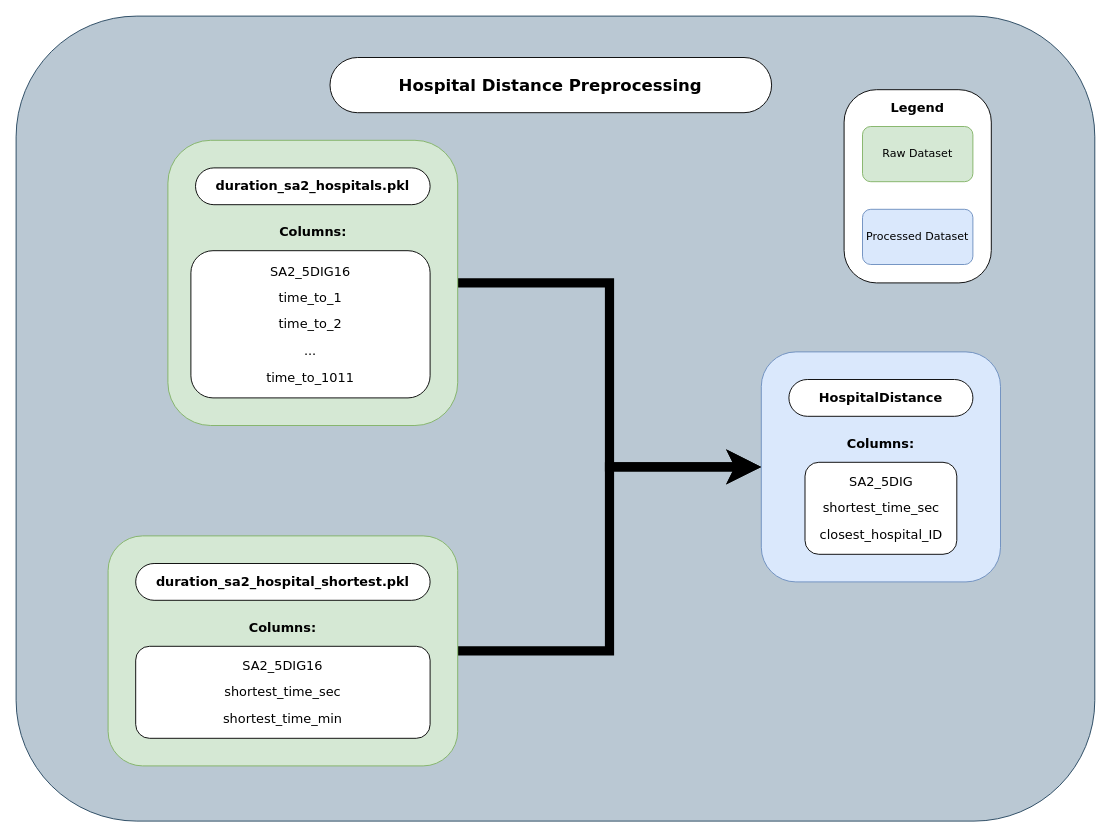
Earlier version of the draw.io diagram page "Distance" (3 of 8) of data/drawio_overview.drawio (NielsvBeuningen/knowledge-engineering). Source tidied: cells renumbered, new cells numbered last; positions are measured from the earlier drawing's top-left corner, leaving out a move shared by most shapes. Both pictures are drawn from the tidied source at 92%, with x=0, y=0 at pixel (16, 16).
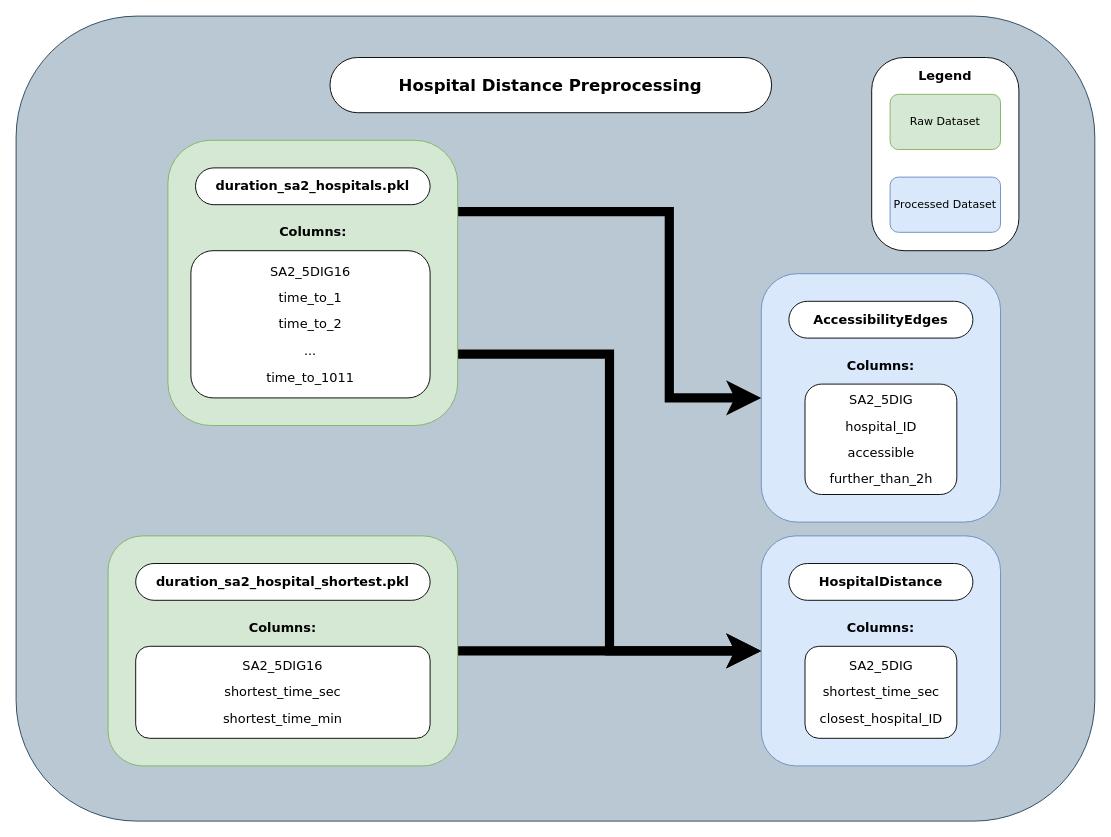
After the change.

Unchanged cells that the change refers to:
```xml
<mxCell id="6" value="&lt;p class=&quot;MsoNormal&quot;&gt;&lt;br&gt;&lt;/p&gt;" style="rounded=1;whiteSpace=wrap;html=1;fillColor=#d5e8d4;strokeColor=#82b366;align=center;" parent="1" vertex="1">
  <mxGeometry x="165" y="135" width="315" height="310" as="geometry" />
</mxCell>
```

Diff of the diagram source:
```diff
@@
-    <mxCell id="5" style="edgeStyle=orthogonalEdgeStyle;rounded=0;jettySize=auto;html=1;entryX=0;entryY=0.5;entryDx=0;entryDy=0;strokeWidth=10;fontFamily=Verdana;fontColor=#000000;" parent="1" edge="1" source="6" target="10">
-      <mxGeometry relative="1" as="geometry" />
+    <mxCell id="5" style="edgeStyle=orthogonalEdgeStyle;rounded=0;jettySize=auto;html=1;entryX=0;entryY=0.5;entryDx=0;entryDy=0;strokeWidth=10;fontFamily=Verdana;fontColor=#000000;exitX=1;exitY=0.75;exitDx=0;exitDy=0;" parent="1" edge="1" source="6" target="10">
+      <mxGeometry relative="1" as="geometry">
+        <Array as="points">
+          <mxPoint x="645" y="368" />
+          <mxPoint x="645" y="690" />
+        </Array>
+      </mxGeometry>
     </mxCell>
+    <mxCell id="24" style="edgeStyle=orthogonalEdgeStyle;rounded=0;jettySize=auto;html=1;exitX=1;exitY=0.25;exitDx=0;exitDy=0;entryX=0;entryY=0.5;entryDx=0;entryDy=0;strokeWidth=10;" parent="1" edge="1" source="6" target="27">
+      <mxGeometry relative="1" as="geometry">
+        <Array as="points">
+          <mxPoint x="710" y="213" />
+          <mxPoint x="710" y="415" />
+        </Array>
+      </mxGeometry>
+    </mxCell>
@@
-    <mxCell id="10" value="&lt;p class=&quot;MsoNormal&quot;&gt;&lt;br&gt;&lt;/p&gt;" style="rounded=1;whiteSpace=wrap;html=1;fillColor=#dae8fc;strokeColor=#6c8ebf;align=center;" parent="1" vertex="1">
-      <mxGeometry x="810" y="365" width="260" height="250" as="geometry" />
-    </mxCell>
-    <mxCell id="11" value="&lt;h3 style=&quot;font-family: &amp;#34;helvetica&amp;#34; ; font-size: 14px ; line-height: 19px&quot;&gt;&lt;font face=&quot;Verdana&quot;&gt;HospitalDistance&lt;/font&gt;&lt;/h3&gt;" style="rounded=1;whiteSpace=wrap;html=1;labelBackgroundColor=none;fontFamily=Verdana;fontColor=#000000;arcSize=50;" parent="1" vertex="1">
-      <mxGeometry x="840" y="395" width="200" height="40" as="geometry" />
-    </mxCell>
-    <mxCell id="12" value="&#10;&#10;&lt;b style=&quot;color: rgb(0, 0, 0); font-family: helvetica; font-size: 14px; font-style: normal; letter-spacing: normal; text-align: center; text-indent: 0px; text-transform: none; word-spacing: 0px;&quot;&gt;&lt;font face=&quot;Verdana&quot;&gt;Columns:&lt;/font&gt;&lt;/b&gt;&#10;&#10;" style="text;html=1;strokeColor=none;fillColor=none;align=center;verticalAlign=middle;whiteSpace=wrap;rounded=0;labelBackgroundColor=none;fontFamily=Verdana;fontColor=#000000;" parent="1" vertex="1">
-      <mxGeometry x="920" y="455" width="40" height="20" as="geometry" />
-    </mxCell>
-    <mxCell id="13" value="&lt;p class=&quot;MsoNormal&quot; style=&quot;font-family: &amp;#34;helvetica&amp;#34;&quot;&gt;&lt;font face=&quot;verdana, sans-serif&quot;&gt;&lt;span style=&quot;font-size: 14px&quot;&gt;SA2_5DIG&lt;/span&gt;&lt;/font&gt;&lt;/p&gt;&lt;p class=&quot;MsoNormal&quot; style=&quot;font-family: &amp;#34;helvetica&amp;#34;&quot;&gt;&lt;font face=&quot;verdana, sans-serif&quot;&gt;&lt;span style=&quot;font-size: 14px&quot;&gt;shortest_time_sec&lt;/span&gt;&lt;/font&gt;&lt;/p&gt;&lt;p class=&quot;MsoNormal&quot; style=&quot;font-family: &amp;#34;helvetica&amp;#34;&quot;&gt;&lt;font face=&quot;verdana, sans-serif&quot;&gt;&lt;span style=&quot;font-size: 14px&quot;&gt;closest_hospital_ID&lt;/span&gt;&lt;/font&gt;&lt;/p&gt;" style="rounded=1;whiteSpace=wrap;html=1;labelBackgroundColor=none;fontFamily=Verdana;fontColor=#000000;verticalAlign=middle;" parent="1" vertex="1">
-      <mxGeometry x="857.5" y="485" width="165" height="100" as="geometry" />
-    </mxCell>
@@
+    <mxCell id="23" value="&lt;h2&gt;Hospital Distance Preprocessing&lt;/h2&gt;" style="rounded=1;whiteSpace=wrap;html=1;labelBackgroundColor=none;fontFamily=Verdana;fontColor=#000000;arcSize=50;" parent="1" vertex="1">
+      <mxGeometry x="341.2" y="45" width="480" height="60" as="geometry" />
+    </mxCell>
+    <mxCell id="25" style="group;" parent="1" vertex="1">
+      <mxGeometry x="810" y="565" width="260" height="250" as="geometry" />
+    </mxCell>
+    <mxCell id="10" value="&lt;p class=&quot;MsoNormal&quot;&gt;&lt;br&gt;&lt;/p&gt;" style="rounded=1;whiteSpace=wrap;html=1;fillColor=#dae8fc;strokeColor=#6c8ebf;align=center;" parent="25" vertex="1">
+      <mxGeometry width="260" height="250" as="geometry" />
+    </mxCell>
+    <mxCell id="11" value="&lt;h3 style=&quot;font-family: &amp;#34;helvetica&amp;#34; ; font-size: 14px ; line-height: 19px&quot;&gt;&lt;font face=&quot;Verdana&quot;&gt;HospitalDistance&lt;/font&gt;&lt;/h3&gt;" style="rounded=1;whiteSpace=wrap;html=1;labelBackgroundColor=none;fontFamily=Verdana;fontColor=#000000;arcSize=50;" parent="25" vertex="1">
+      <mxGeometry x="30" y="30" width="200" height="40" as="geometry" />
+    </mxCell>
+    <mxCell id="12" value="&#10;&#10;&lt;b style=&quot;color: rgb(0, 0, 0); font-family: helvetica; font-size: 14px; font-style: normal; letter-spacing: normal; text-align: center; text-indent: 0px; text-transform: none; word-spacing: 0px;&quot;&gt;&lt;font face=&quot;Verdana&quot;&gt;Columns:&lt;/font&gt;&lt;/b&gt;&#10;&#10;" style="text;html=1;strokeColor=none;fillColor=none;align=center;verticalAlign=middle;whiteSpace=wrap;rounded=0;labelBackgroundColor=none;fontFamily=Verdana;fontColor=#000000;" parent="25" vertex="1">
+      <mxGeometry x="110" y="90" width="40" height="20" as="geometry" />
+    </mxCell>
+    <mxCell id="13" value="&lt;p class=&quot;MsoNormal&quot; style=&quot;font-family: &amp;#34;helvetica&amp;#34;&quot;&gt;&lt;font face=&quot;verdana, sans-serif&quot;&gt;&lt;span style=&quot;font-size: 14px&quot;&gt;SA2_5DIG&lt;/span&gt;&lt;/font&gt;&lt;/p&gt;&lt;p class=&quot;MsoNormal&quot; style=&quot;font-family: &amp;#34;helvetica&amp;#34;&quot;&gt;&lt;font face=&quot;verdana, sans-serif&quot;&gt;&lt;span style=&quot;font-size: 14px&quot;&gt;shortest_time_sec&lt;/span&gt;&lt;/font&gt;&lt;/p&gt;&lt;p class=&quot;MsoNormal&quot; style=&quot;font-family: &amp;#34;helvetica&amp;#34;&quot;&gt;&lt;font face=&quot;verdana, sans-serif&quot;&gt;&lt;span style=&quot;font-size: 14px&quot;&gt;closest_hospital_ID&lt;/span&gt;&lt;/font&gt;&lt;/p&gt;" style="rounded=1;whiteSpace=wrap;html=1;labelBackgroundColor=none;fontFamily=Verdana;fontColor=#000000;verticalAlign=middle;" parent="25" vertex="1">
+      <mxGeometry x="47.5" y="120" width="165" height="100" as="geometry" />
+    </mxCell>
+    <mxCell id="26" style="group;" parent="1" vertex="1">
+      <mxGeometry x="810" y="280" width="260" height="270" as="geometry" />
+    </mxCell>
+    <mxCell id="27" value="&lt;p class=&quot;MsoNormal&quot;&gt;&lt;br&gt;&lt;/p&gt;" style="rounded=1;whiteSpace=wrap;html=1;fillColor=#dae8fc;strokeColor=#6c8ebf;align=center;" parent="26" vertex="1">
+      <mxGeometry width="260" height="270" as="geometry" />
+    </mxCell>
+    <mxCell id="28" value="&lt;h3 style=&quot;font-family: &amp;quot;helvetica&amp;quot; ; font-size: 14px ; line-height: 19px&quot;&gt;&lt;font face=&quot;Verdana&quot;&gt;AccessibilityEdges&lt;/font&gt;&lt;/h3&gt;" style="rounded=1;whiteSpace=wrap;html=1;labelBackgroundColor=none;fontFamily=Verdana;fontColor=#000000;arcSize=50;" parent="26" vertex="1">
+      <mxGeometry x="30" y="30" width="200" height="40" as="geometry" />
+    </mxCell>
+    <mxCell id="29" value="&#10;&#10;&lt;b style=&quot;color: rgb(0, 0, 0); font-family: helvetica; font-size: 14px; font-style: normal; letter-spacing: normal; text-align: center; text-indent: 0px; text-transform: none; word-spacing: 0px;&quot;&gt;&lt;font face=&quot;Verdana&quot;&gt;Columns:&lt;/font&gt;&lt;/b&gt;&#10;&#10;" style="text;html=1;strokeColor=none;fillColor=none;align=center;verticalAlign=middle;whiteSpace=wrap;rounded=0;labelBackgroundColor=none;fontFamily=Verdana;fontColor=#000000;" parent="26" vertex="1">
+      <mxGeometry x="110" y="90" width="40" height="20" as="geometry" />
+    </mxCell>
+    <mxCell id="30" value="&lt;p class=&quot;MsoNormal&quot; style=&quot;font-family: &amp;quot;helvetica&amp;quot;&quot;&gt;&lt;font face=&quot;verdana, sans-serif&quot;&gt;&lt;span style=&quot;font-size: 14px&quot;&gt;SA2_5DIG&lt;/span&gt;&lt;/font&gt;&lt;/p&gt;&lt;p class=&quot;MsoNormal&quot; style=&quot;font-family: &amp;quot;helvetica&amp;quot;&quot;&gt;&lt;span style=&quot;font-family: verdana, sans-serif; font-size: 14px;&quot;&gt;hospital_ID&lt;/span&gt;&lt;br&gt;&lt;/p&gt;&lt;p class=&quot;MsoNormal&quot; style=&quot;font-family: &amp;quot;helvetica&amp;quot;&quot;&gt;&lt;font face=&quot;verdana, sans-serif&quot;&gt;&lt;span style=&quot;font-size: 14px&quot;&gt;accessible&lt;/span&gt;&lt;/font&gt;&lt;/p&gt;&lt;p class=&quot;MsoNormal&quot; style=&quot;font-family: &amp;quot;helvetica&amp;quot;&quot;&gt;&lt;font face=&quot;verdana, sans-serif&quot;&gt;&lt;span style=&quot;font-size: 14px&quot;&gt;further_than_2h&lt;/span&gt;&lt;/font&gt;&lt;/p&gt;" style="rounded=1;whiteSpace=wrap;html=1;labelBackgroundColor=none;fontFamily=Verdana;fontColor=#000000;verticalAlign=middle;" parent="26" vertex="1">
+      <mxGeometry x="47.5" y="120" width="165" height="120" as="geometry" />
+    </mxCell>
+    <mxCell id="31" style="group;" parent="1" vertex="1">
+      <mxGeometry x="930" y="45" width="160" height="210" as="geometry" />
+    </mxCell>
-    <mxCell id="19" style="rounded=1;whiteSpace=wrap;html=1;labelBackgroundColor=none;fontFamily=Verdana;fontColor=#000000;arcSize=22;" parent="1" vertex="1">
-      <mxGeometry x="900" y="80" width="160" height="210" as="geometry" />
+    <mxCell id="19" style="rounded=1;whiteSpace=wrap;html=1;labelBackgroundColor=none;fontFamily=Verdana;fontColor=#000000;arcSize=22;" parent="31" vertex="1">
+      <mxGeometry width="160" height="210" as="geometry" />
     </mxCell>
-    <mxCell id="20" value="&lt;h3&gt;Legend&lt;/h3&gt;" style="text;html=1;strokeColor=none;fillColor=none;align=center;verticalAlign=middle;whiteSpace=wrap;rounded=0;labelBackgroundColor=none;fontFamily=Verdana;fontColor=#000000;" parent="1" vertex="1">
-      <mxGeometry x="960" y="90" width="40" height="20" as="geometry" />
+    <mxCell id="20" value="&lt;h3&gt;Legend&lt;/h3&gt;" style="text;html=1;strokeColor=none;fillColor=none;align=center;verticalAlign=middle;whiteSpace=wrap;rounded=0;labelBackgroundColor=none;fontFamily=Verdana;fontColor=#000000;" parent="31" vertex="1">
+      <mxGeometry x="60" y="10" width="40" height="20" as="geometry" />
     </mxCell>
-    <mxCell id="21" value="Raw Dataset" style="rounded=1;whiteSpace=wrap;html=1;labelBackgroundColor=none;fontFamily=Verdana;fillColor=#d5e8d4;strokeColor=#82b366;" parent="1" vertex="1">
-      <mxGeometry x="920" y="120" width="120" height="60" as="geometry" />
+    <mxCell id="21" value="Raw Dataset" style="rounded=1;whiteSpace=wrap;html=1;labelBackgroundColor=none;fontFamily=Verdana;fillColor=#d5e8d4;strokeColor=#82b366;" parent="31" vertex="1">
+      <mxGeometry x="20" y="40" width="120" height="60" as="geometry" />
     </mxCell>
-    <mxCell id="22" value="Processed Dataset" style="rounded=1;whiteSpace=wrap;html=1;labelBackgroundColor=none;fontFamily=Verdana;fillColor=#dae8fc;strokeColor=#6c8ebf;" parent="1" vertex="1">
-      <mxGeometry x="920" y="210" width="120" height="60" as="geometry" />
+    <mxCell id="22" value="Processed Dataset" style="rounded=1;whiteSpace=wrap;html=1;labelBackgroundColor=none;fontFamily=Verdana;fillColor=#dae8fc;strokeColor=#6c8ebf;" parent="31" vertex="1">
+      <mxGeometry x="20" y="130" width="120" height="60" as="geometry" />
     </mxCell>
-    <mxCell id="23" value="&lt;h2&gt;Hospital Distance Preprocessing&lt;/h2&gt;" style="rounded=1;whiteSpace=wrap;html=1;labelBackgroundColor=none;fontFamily=Verdana;fontColor=#000000;arcSize=50;" parent="1" vertex="1">
-      <mxGeometry x="341.2" y="45" width="480" height="60" as="geometry" />
-    </mxCell>
```
